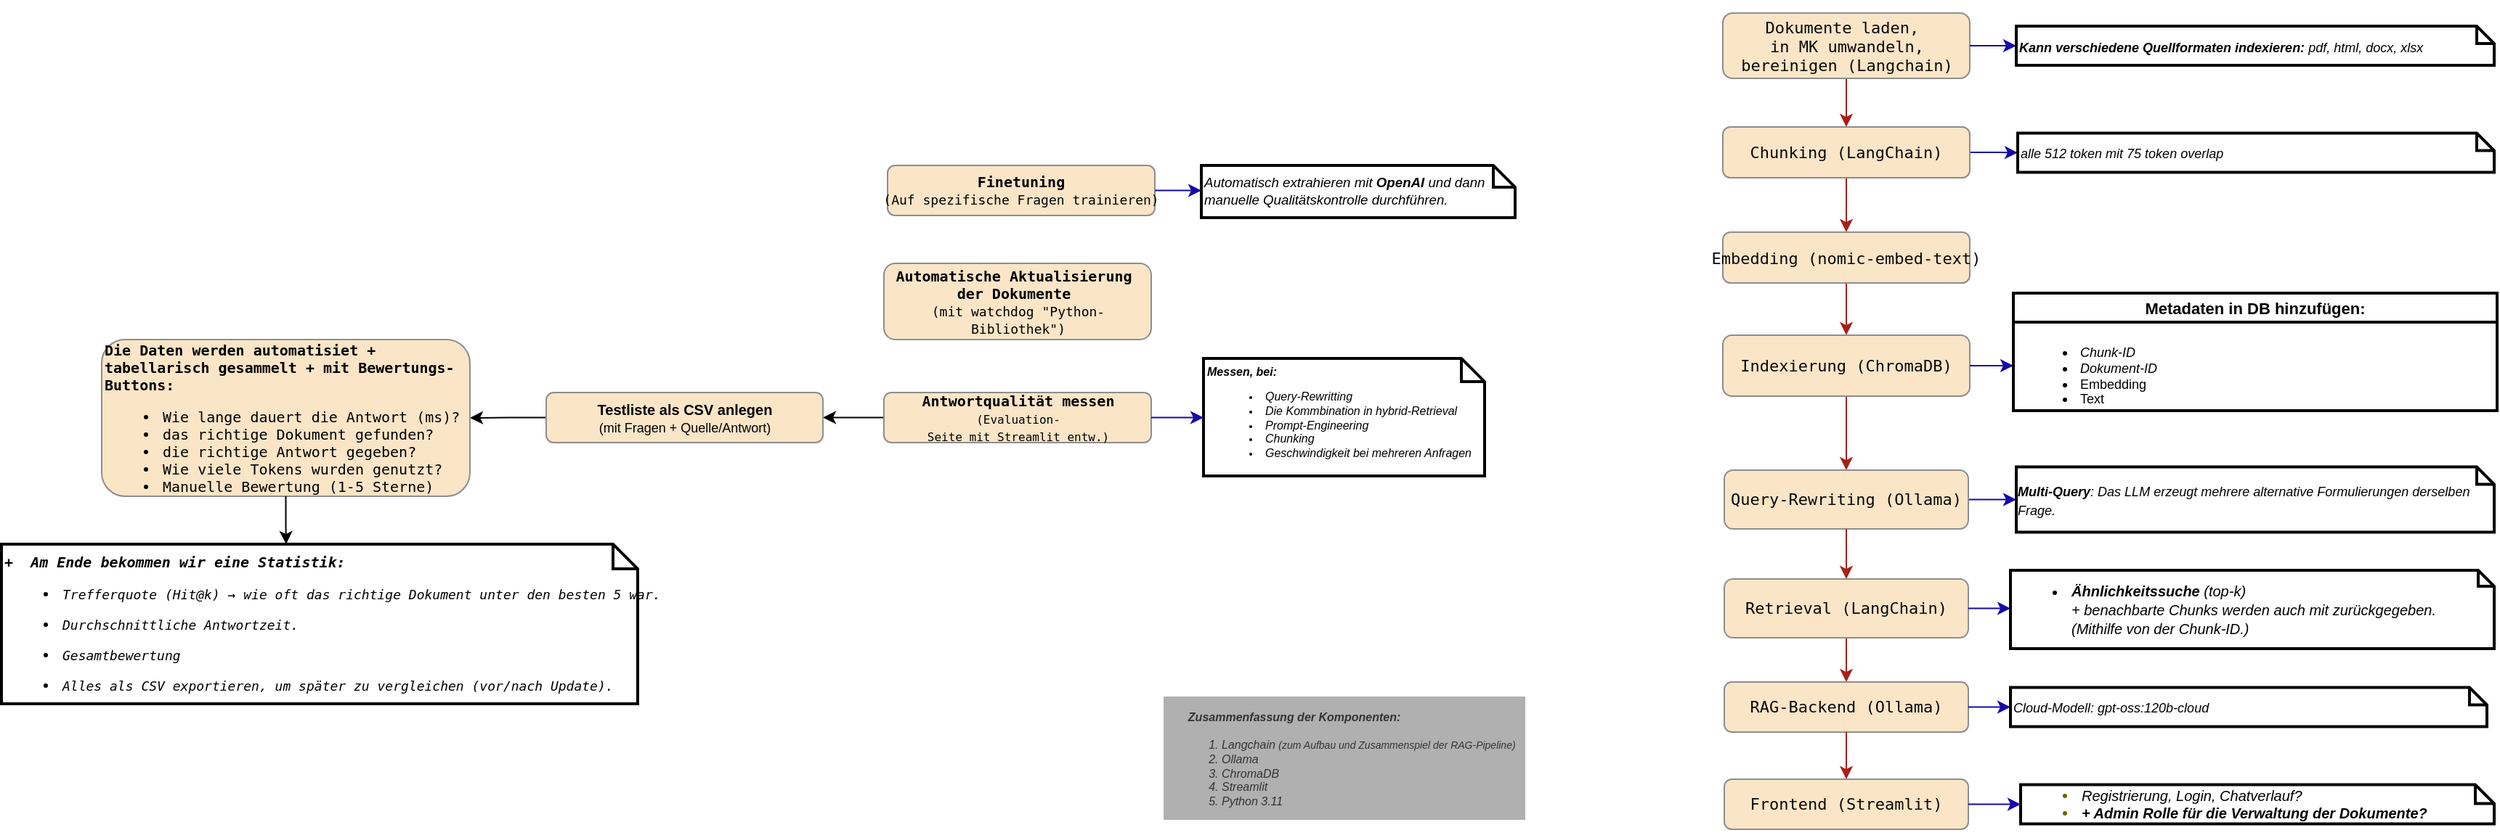
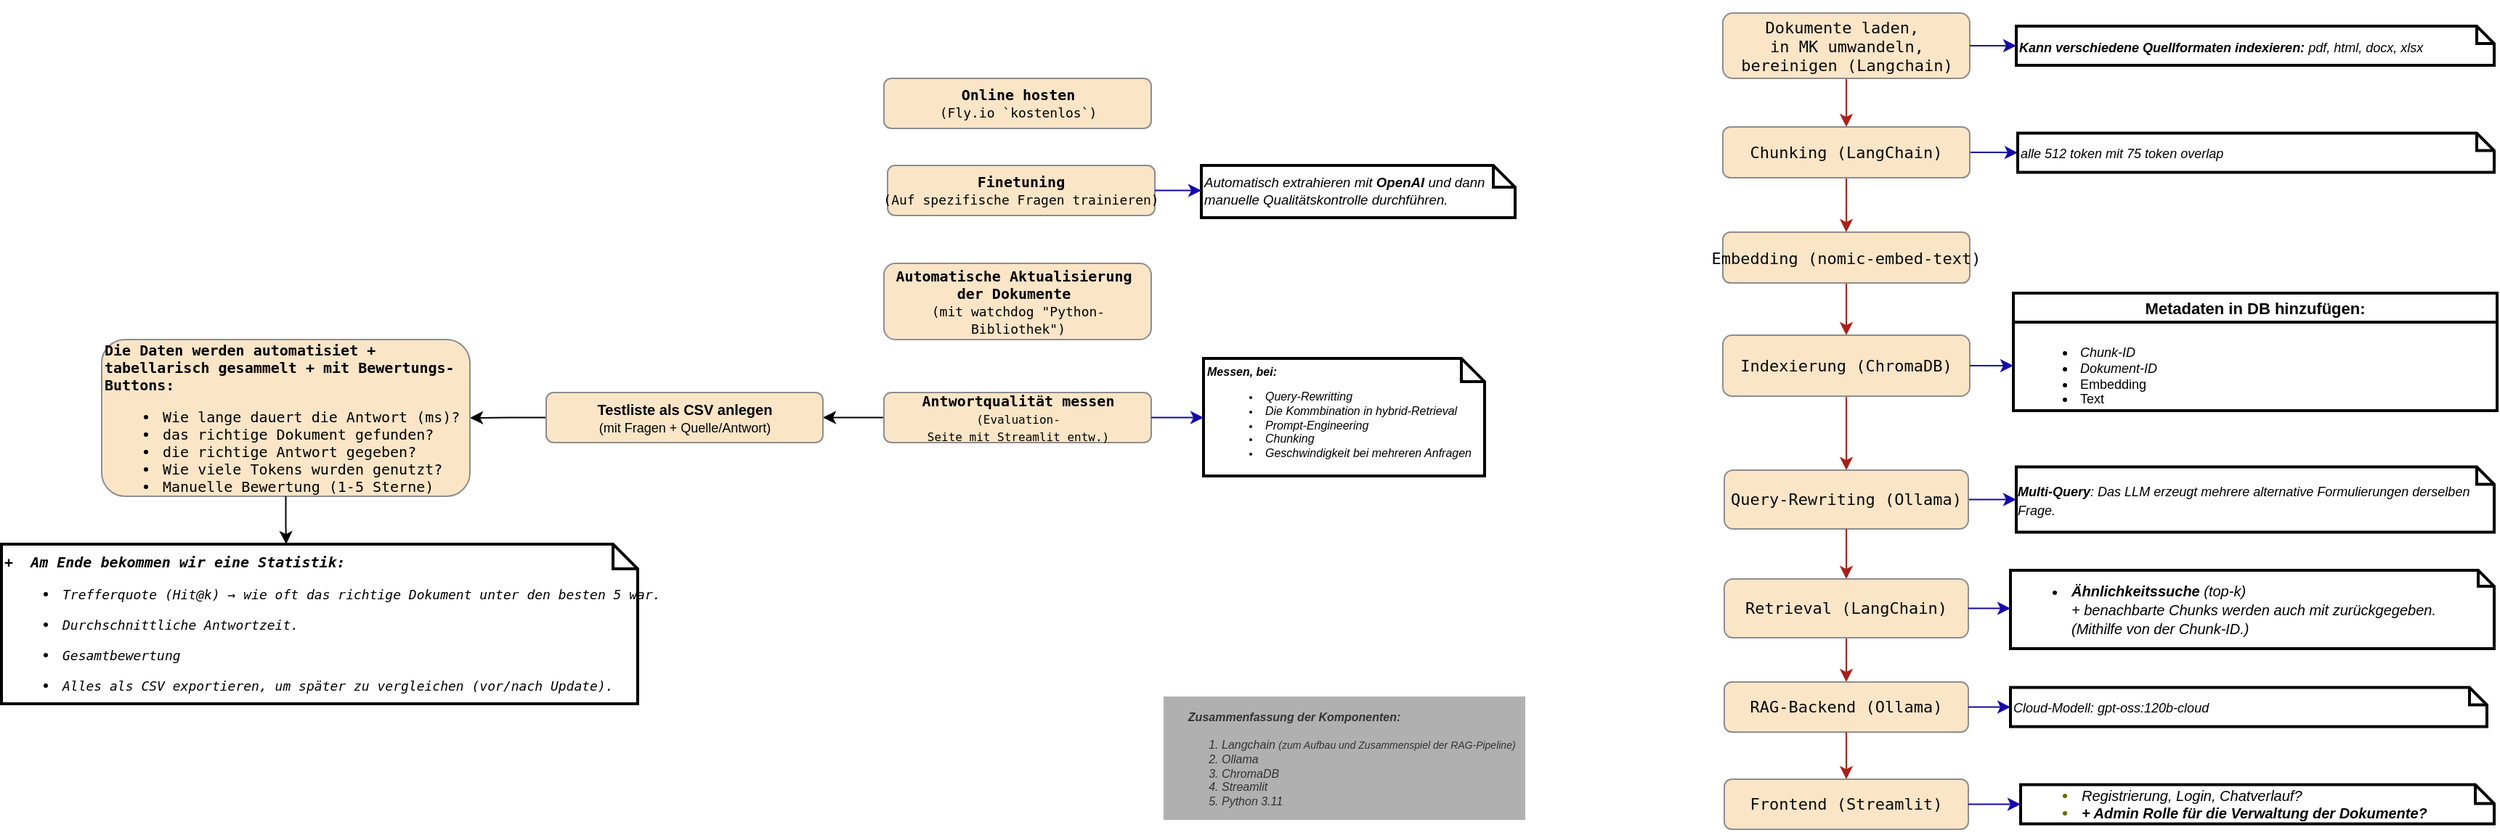
- <mxfile host="Electron" agent="Mozilla/5.0 (Windows NT 10.0; Win64; x64) AppleWebKit/537.36 (KHTML, like Gecko) draw.io/28.2.8 Chrome/140.0.7339.240 Electron/38.4.0 Safari/537.36" version="28.2.8">
+ <mxfile host="Electron" agent="Mozilla/5.0 (Windows NT 10.0; Win64; x64) AppleWebKit/537.36 (KHTML, like Gecko) draw.io/29.0.3 Chrome/140.0.7339.249 Electron/38.7.0 Safari/537.36" version="29.0.3">
  <diagram name="Seite-1" id="Bzmq8vI_scQP_HTdQC11">
-     <mxGraphModel dx="2993" dy="914" grid="1" gridSize="9" guides="1" tooltips="1" connect="1" arrows="1" fold="1" page="0" pageScale="1" pageWidth="1169" pageHeight="827" background="none" math="0" shadow="0">
+     <mxGraphModel dx="2754" dy="914" grid="1" gridSize="9" guides="1" tooltips="1" connect="1" arrows="1" fold="1" page="0" pageScale="1" pageWidth="1169" pageHeight="827" background="none" math="0" shadow="0">
      <root>
        <mxCell id="0" />
        <mxCell id="1" parent="0" />
        <mxCell id="q2eki5oy2yksg2mBVm4o-2" style="edgeStyle=orthogonalEdgeStyle;rounded=0;orthogonalLoop=1;jettySize=auto;html=1;entryX=0.5;entryY=0;entryDx=0;entryDy=0;fontSize=11;labelBackgroundColor=none;strokeColor=#A8201A;fontColor=default;spacing=2;" parent="1" source="5l1JbVXUR7cvx2ajmZ66-1" target="q2eki5oy2yksg2mBVm4o-4" edge="1">
          <mxGeometry relative="1" as="geometry">
            <mxPoint x="435.9999999999998" y="165" as="targetPoint" />
          </mxGeometry>
        </mxCell>
        <mxCell id="5l1JbVXUR7cvx2ajmZ66-1" value="&lt;div style=&quot;color: rgb(8, 8, 8);&quot;&gt;&lt;pre style=&quot;font-family:&#39;JetBrains Mono&#39;,monospace;font-size:9,8pt;&quot;&gt;Dokumente laden, &lt;br/&gt;in MK umwandeln,&lt;br/&gt;bereinigen (Langchain)&lt;/pre&gt;&lt;/div&gt;" style="rounded=1;html=1;fontSize=11;labelBackgroundColor=none;fillColor=#FAE5C7;strokeColor=#8D8D8D;fontColor=#143642;verticalAlign=middle;horizontal=1;spacing=2;fontStyle=0" parent="1" vertex="1">
          <mxGeometry x="351" y="136" width="170" height="45" as="geometry" />
        </mxCell>
        <mxCell id="q2eki5oy2yksg2mBVm4o-10" style="edgeStyle=orthogonalEdgeStyle;rounded=0;orthogonalLoop=1;jettySize=auto;html=1;entryX=0.5;entryY=0;entryDx=0;entryDy=0;fontSize=11;labelBackgroundColor=none;strokeColor=#A8201A;fontColor=default;spacing=2;" parent="1" source="q2eki5oy2yksg2mBVm4o-4" target="q2eki5oy2yksg2mBVm4o-8" edge="1">
          <mxGeometry relative="1" as="geometry" />
        </mxCell>
        <mxCell id="q2eki5oy2yksg2mBVm4o-17" value="" style="edgeStyle=orthogonalEdgeStyle;rounded=0;orthogonalLoop=1;jettySize=auto;html=1;labelBackgroundColor=none;strokeColor=#1609A8;fontColor=default;entryX=0;entryY=0.5;entryDx=0;entryDy=0;entryPerimeter=0;" parent="1" source="q2eki5oy2yksg2mBVm4o-4" target="hZYkuH4JRMosRdhFssDy-4" edge="1">
          <mxGeometry relative="1" as="geometry">
            <mxPoint x="552" y="240.5" as="targetPoint" />
          </mxGeometry>
        </mxCell>
        <mxCell id="q2eki5oy2yksg2mBVm4o-4" value="&lt;div style=&quot;color: rgb(8, 8, 8);&quot;&gt;&lt;pre style=&quot;font-family:&#39;JetBrains Mono&#39;,monospace;font-size:9,8pt;&quot;&gt;&lt;pre style=&quot;font-family:&#39;JetBrains Mono&#39;,monospace;font-size:9,8pt;&quot;&gt;&lt;pre style=&quot;font-family:&#39;JetBrains Mono&#39;,monospace;font-size:9,8pt;&quot;&gt;&lt;span style=&quot;white-space: normal;&quot;&gt;Chunking (&lt;/span&gt;LangChain)&lt;/pre&gt;&lt;/pre&gt;&lt;/pre&gt;&lt;/div&gt;" style="rounded=1;whiteSpace=wrap;html=1;fontSize=11;labelBackgroundColor=none;fillColor=#FAE5C7;strokeColor=#8D8D8D;fontColor=#143642;spacing=2;" parent="1" vertex="1">
          <mxGeometry x="351" y="214.5" width="170" height="35" as="geometry" />
        </mxCell>
        <mxCell id="q2eki5oy2yksg2mBVm4o-7" style="edgeStyle=orthogonalEdgeStyle;rounded=0;orthogonalLoop=1;jettySize=auto;html=1;entryX=0.5;entryY=0;entryDx=0;entryDy=0;fontSize=11;labelBackgroundColor=none;strokeColor=#A8201A;fontColor=default;spacing=2;" parent="1" source="q2eki5oy2yksg2mBVm4o-8" target="q2eki5oy2yksg2mBVm4o-9" edge="1">
          <mxGeometry relative="1" as="geometry" />
        </mxCell>
        <mxCell id="q2eki5oy2yksg2mBVm4o-8" value="&lt;div style=&quot;color: rgb(8, 8, 8);&quot;&gt;&lt;pre style=&quot;font-family:&#39;JetBrains Mono&#39;,monospace;font-size:9,8pt;&quot;&gt;&lt;pre style=&quot;font-family:&#39;JetBrains Mono&#39;,monospace;font-size:9,8pt;&quot;&gt;&lt;pre style=&quot;font-family:&#39;JetBrains Mono&#39;,monospace;font-size:9,8pt;&quot;&gt;Embedding (nomic-embed-text)&lt;br&gt;&lt;/pre&gt;&lt;/pre&gt;&lt;/pre&gt;&lt;/div&gt;" style="rounded=1;whiteSpace=wrap;html=1;fontSize=11;labelBackgroundColor=none;fillColor=#FAE5C7;strokeColor=#8D8D8D;fontColor=#143642;spacing=2;" parent="1" vertex="1">
          <mxGeometry x="351" y="287" width="170" height="35" as="geometry" />
        </mxCell>
        <mxCell id="q2eki5oy2yksg2mBVm4o-21" value="" style="edgeStyle=orthogonalEdgeStyle;rounded=0;orthogonalLoop=1;jettySize=auto;html=1;labelBackgroundColor=none;strokeColor=#A8201A;fontColor=default;entryX=0.5;entryY=0;entryDx=0;entryDy=0;spacing=2;" parent="1" source="q2eki5oy2yksg2mBVm4o-9" target="lkH3pXzscA1K-vRgKEuJ-28" edge="1">
          <mxGeometry relative="1" as="geometry" />
        </mxCell>
        <mxCell id="q2eki5oy2yksg2mBVm4o-9" value="&lt;div style=&quot;color: rgb(8, 8, 8);&quot;&gt;&lt;pre style=&quot;font-family:&#39;JetBrains Mono&#39;,monospace;font-size:9,8pt;&quot;&gt;&lt;pre style=&quot;font-family:&#39;JetBrains Mono&#39;,monospace;font-size:9,8pt;&quot;&gt;&lt;pre style=&quot;font-family:&#39;JetBrains Mono&#39;,monospace;font-size:9,8pt;&quot;&gt;&lt;span style=&quot;background-color: transparent; white-space: normal;&quot;&gt;&amp;nbsp;&lt;/span&gt;&lt;span style=&quot;background-color: transparent;&quot;&gt;Indexierung &lt;/span&gt;&lt;span style=&quot;background-color: transparent; white-space: normal;&quot;&gt;(ChromaDB)&amp;nbsp;&lt;/span&gt;&lt;/pre&gt;&lt;/pre&gt;&lt;/pre&gt;&lt;/div&gt;" style="rounded=1;whiteSpace=wrap;html=1;fontSize=11;labelBackgroundColor=none;fillColor=#FAE5C7;strokeColor=#8D8D8D;fontColor=#143642;spacing=2;" parent="1" vertex="1">
          <mxGeometry x="351" y="358" width="170" height="42" as="geometry" />
        </mxCell>
        <mxCell id="q2eki5oy2yksg2mBVm4o-22" style="edgeStyle=orthogonalEdgeStyle;rounded=0;orthogonalLoop=1;jettySize=auto;html=1;entryX=0;entryY=0.5;entryDx=0;entryDy=0;labelBackgroundColor=none;strokeColor=#1609A8;fontColor=default;exitX=1;exitY=0.5;exitDx=0;exitDy=0;entryPerimeter=0;" parent="1" source="lkH3pXzscA1K-vRgKEuJ-28" target="hZYkuH4JRMosRdhFssDy-8" edge="1">
          <mxGeometry relative="1" as="geometry">
            <mxPoint x="552" y="471.25" as="targetPoint" />
            <Array as="points" />
          </mxGeometry>
        </mxCell>
        <mxCell id="q2eki5oy2yksg2mBVm4o-27" style="edgeStyle=orthogonalEdgeStyle;rounded=0;orthogonalLoop=1;jettySize=auto;html=1;entryX=0.5;entryY=0;entryDx=0;entryDy=0;strokeColor=#A8201A;fontColor=#143642;fillColor=#FAE5C7;spacing=2;labelBackgroundColor=none;" parent="1" source="q2eki5oy2yksg2mBVm4o-20" target="q2eki5oy2yksg2mBVm4o-26" edge="1">
          <mxGeometry relative="1" as="geometry" />
        </mxCell>
        <mxCell id="q2eki5oy2yksg2mBVm4o-20" value="&lt;div style=&quot;color: rgb(8, 8, 8);&quot;&gt;&lt;pre style=&quot;font-family:&#39;JetBrains Mono&#39;,monospace;font-size:9,8pt;&quot;&gt;Retrieval (LangChain)&lt;/pre&gt;&lt;/div&gt;" style="whiteSpace=wrap;html=1;fontSize=11;rounded=1;labelBackgroundColor=none;fillColor=#FAE5C7;strokeColor=#8D8D8D;fontColor=#143642;spacing=2;" parent="1" vertex="1">
          <mxGeometry x="352" y="526" width="168" height="40.5" as="geometry" />
        </mxCell>
        <mxCell id="q2eki5oy2yksg2mBVm4o-26" value="&lt;div style=&quot;color: rgb(8, 8, 8);&quot;&gt;&lt;pre style=&quot;font-family:&#39;JetBrains Mono&#39;,monospace;font-size:9,8pt;&quot;&gt;&lt;div&gt;&lt;pre style=&quot;font-family:&#39;JetBrains Mono&#39;,monospace;font-size:9,8pt;&quot;&gt;RAG-Backend (Ollama)&lt;/pre&gt;&lt;/div&gt;&lt;/pre&gt;&lt;/div&gt;" style="whiteSpace=wrap;html=1;fontSize=11;rounded=1;labelBackgroundColor=none;fillColor=#FAE5C7;strokeColor=#8D8D8D;fontColor=#143642;spacing=2;" parent="1" vertex="1">
          <mxGeometry x="352" y="597" width="168" height="34.5" as="geometry" />
        </mxCell>
        <mxCell id="q2eki5oy2yksg2mBVm4o-30" value="&lt;div style=&quot;color: rgb(8, 8, 8);&quot;&gt;&lt;pre style=&quot;font-family:&#39;JetBrains Mono&#39;,monospace;font-size:9,8pt;&quot;&gt;&lt;div&gt;&lt;pre style=&quot;font-family:&#39;JetBrains Mono&#39;,monospace;font-size:9,8pt;&quot;&gt;Frontend (Streamlit)&lt;/pre&gt;&lt;/div&gt;&lt;/pre&gt;&lt;/div&gt;" style="whiteSpace=wrap;html=1;fontSize=11;rounded=1;labelBackgroundColor=none;fillColor=#FAE5C7;strokeColor=#8D8D8D;fontColor=#143642;spacing=2;" parent="1" vertex="1">
          <mxGeometry x="352" y="664" width="168" height="34.5" as="geometry" />
        </mxCell>
        <mxCell id="lkH3pXzscA1K-vRgKEuJ-3" style="edgeStyle=orthogonalEdgeStyle;rounded=0;orthogonalLoop=1;jettySize=auto;html=1;entryX=0.5;entryY=0;entryDx=0;entryDy=0;strokeColor=#A8201A;fontColor=#143642;fillColor=#FAE5C7;exitX=0.5;exitY=1;exitDx=0;exitDy=0;spacing=2;labelBackgroundColor=none;" parent="1" source="q2eki5oy2yksg2mBVm4o-26" target="q2eki5oy2yksg2mBVm4o-30" edge="1">
          <mxGeometry relative="1" as="geometry">
            <mxPoint x="477" y="646" as="sourcePoint" />
            <mxPoint x="435" y="618" as="targetPoint" />
          </mxGeometry>
        </mxCell>
        <mxCell id="lkH3pXzscA1K-vRgKEuJ-28" value="&lt;div style=&quot;color: rgb(8, 8, 8);&quot;&gt;&lt;pre style=&quot;&quot;&gt;&lt;font face=&quot;JetBrains Mono, monospace&quot; color=&quot;#080808&quot;&gt;Query-Rewriting &lt;/font&gt;(Ollama)&lt;br&gt;&lt;/pre&gt;&lt;/div&gt;" style="whiteSpace=wrap;html=1;fontSize=11;rounded=1;labelBackgroundColor=none;fillColor=#FAE5C7;strokeColor=#8D8D8D;fontColor=#143642;spacing=2;" parent="1" vertex="1">
          <mxGeometry x="352" y="451" width="168" height="40.5" as="geometry" />
        </mxCell>
        <mxCell id="lkH3pXzscA1K-vRgKEuJ-30" value="" style="edgeStyle=orthogonalEdgeStyle;rounded=0;orthogonalLoop=1;jettySize=auto;html=1;labelBackgroundColor=none;strokeColor=#A8201A;fontColor=default;entryX=0.5;entryY=0;entryDx=0;entryDy=0;exitX=0.5;exitY=1;exitDx=0;exitDy=0;spacing=2;" parent="1" source="lkH3pXzscA1K-vRgKEuJ-28" target="q2eki5oy2yksg2mBVm4o-20" edge="1">
          <mxGeometry relative="1" as="geometry">
            <mxPoint x="267" y="481" as="sourcePoint" />
            <mxPoint x="442" y="496" as="targetPoint" />
          </mxGeometry>
        </mxCell>
        <mxCell id="lkH3pXzscA1K-vRgKEuJ-35" value="&lt;pre style=&quot;font-family:&#39;JetBrains Mono&#39;,monospace;font-size:9,8pt;&quot;&gt;&lt;pre style=&quot;font-family:&#39;JetBrains Mono&#39;,monospace;font-size:9,8pt;&quot;&gt;&lt;b&gt;Finetuning&lt;/b&gt;&lt;br&gt;&lt;font style=&quot;font-size: 9px;&quot;&gt;(Auf spezifische Fragen trainieren)&lt;/font&gt;&lt;/pre&gt;&lt;/pre&gt;" style="whiteSpace=wrap;html=1;fontSize=10;rounded=1;labelBackgroundColor=none;fillColor=#FAE5C7;strokeColor=#8D8D8D;fontColor=default;spacing=2;labelBorderColor=none;textShadow=0;fontStyle=0" parent="1" vertex="1">
          <mxGeometry x="-224" y="241" width="184" height="34.5" as="geometry" />
        </mxCell>
        <mxCell id="lkH3pXzscA1K-vRgKEuJ-36" value="" style="edgeStyle=orthogonalEdgeStyle;rounded=0;orthogonalLoop=1;jettySize=auto;html=1;labelBackgroundColor=none;strokeColor=#1609A8;fontColor=default;exitX=1;exitY=0.5;exitDx=0;exitDy=0;entryX=0;entryY=0.5;entryDx=0;entryDy=0;entryPerimeter=0;" parent="1" source="lkH3pXzscA1K-vRgKEuJ-35" target="hZYkuH4JRMosRdhFssDy-9" edge="1">
          <mxGeometry relative="1" as="geometry">
            <mxPoint x="154" y="245.5" as="sourcePoint" />
            <mxPoint x="-9" y="258.25" as="targetPoint" />
          </mxGeometry>
        </mxCell>
        <mxCell id="lkH3pXzscA1K-vRgKEuJ-39" value="&lt;pre style=&quot;font-family:&#39;JetBrains Mono&#39;,monospace;font-size:9,8pt;&quot;&gt;&lt;pre style=&quot;font-family:&#39;JetBrains Mono&#39;,monospace;font-size:9,8pt;&quot;&gt;&lt;b&gt;Automatische Aktualisierung &lt;br&gt;der Dokumente &lt;/b&gt;&lt;br&gt;&lt;font style=&quot;font-size: 9px;&quot;&gt;(mit &lt;code style=&quot;background-color: transparent; color: light-dark(rgb(0, 0, 0), rgb(255, 255, 255)); white-space: normal;&quot; data-end=&quot;168&quot; data-start=&quot;158&quot;&gt;watchdog&lt;/code&gt;&lt;span style=&quot;background-color: transparent; color: light-dark(rgb(0, 0, 0), rgb(255, 255, 255)); white-space: normal;&quot;&gt;&amp;nbsp;&quot;Python-Bibliothek&quot;&lt;/span&gt;)&lt;/font&gt;&lt;/pre&gt;&lt;/pre&gt;" style="whiteSpace=wrap;html=1;fontSize=10;rounded=1;labelBackgroundColor=none;fillColor=#FAE5C7;strokeColor=#8D8D8D;fontColor=default;spacing=2;labelBorderColor=none;textShadow=0;fontStyle=0" parent="1" vertex="1">
          <mxGeometry x="-226.5" y="308.5" width="184" height="52.5" as="geometry" />
        </mxCell>
        <mxCell id="hZYkuH4JRMosRdhFssDy-13" value="" style="edgeStyle=orthogonalEdgeStyle;rounded=0;orthogonalLoop=1;jettySize=auto;html=1;entryX=1;entryY=0.5;entryDx=0;entryDy=0;fontColor=#3333FF;fontSize=10;fontStyle=0" parent="1" source="lkH3pXzscA1K-vRgKEuJ-44" target="hZYkuH4JRMosRdhFssDy-14" edge="1">
          <mxGeometry relative="1" as="geometry">
            <mxPoint x="-269.5" y="414.77586206896547" as="targetPoint" />
          </mxGeometry>
        </mxCell>
        <mxCell id="lkH3pXzscA1K-vRgKEuJ-44" value="&lt;div&gt;&lt;pre&gt;&lt;pre&gt;&lt;span style=&quot;font-family: &amp;quot;JetBrains Mono&amp;quot;, monospace; background-color: transparent; color: light-dark(rgb(0, 0, 0), rgb(255, 255, 255)); white-space: normal;&quot;&gt;&lt;b&gt;Antwortqualität messen&lt;br&gt;&lt;/b&gt;&lt;font style=&quot;font-size: 8px;&quot;&gt;(&lt;/font&gt;&lt;/span&gt;&lt;font style=&quot;font-size: 8px;&quot;&gt;&lt;font face=&quot;JetBrains Mono, monospace&quot; style=&quot;&quot;&gt;&lt;span style=&quot;white-space: normal;&quot;&gt;Evaluation-Seite&amp;nbsp;&lt;/span&gt;&lt;/font&gt;&lt;span style=&quot;font-family: &amp;quot;JetBrains Mono&amp;quot;, monospace;&quot;&gt;mit Streamlit entw.)&lt;/span&gt;&lt;/font&gt;&lt;/pre&gt;&lt;/pre&gt;&lt;/div&gt;" style="whiteSpace=wrap;html=1;fontSize=10;rounded=1;labelBackgroundColor=none;fillColor=#FAE5C7;strokeColor=#8D8D8D;fontColor=default;spacing=2;labelBorderColor=none;textShadow=0;fontStyle=0" parent="1" vertex="1">
          <mxGeometry x="-226.5" y="397.5" width="184" height="34.5" as="geometry" />
        </mxCell>
        <mxCell id="hZYkuH4JRMosRdhFssDy-4" value="&lt;span style=&quot;color: rgb(0, 0, 0);&quot;&gt;&lt;font style=&quot;font-size: 9px;&quot;&gt;alle 512 token mit 75 token overlap&lt;/font&gt;&lt;/span&gt;" style="shape=note;strokeWidth=2;fontSize=10;size=12;whiteSpace=wrap;html=1;fillColor=default;strokeColor=light-dark(#000000, #6d5100);fontColor=#666600;align=left;fontStyle=2" parent="1" vertex="1">
          <mxGeometry x="554" y="218.75" width="328" height="27" as="geometry" />
        </mxCell>
        <mxCell id="hZYkuH4JRMosRdhFssDy-8" value="&lt;h3 style=&quot;color: rgb(0, 0, 0); text-align: left;&quot; data-start=&quot;999&quot; data-end=&quot;1043&quot;&gt;&lt;font style=&quot;color: light-dark(rgb(0, 0, 0), rgb(255, 255, 255)); background-color: transparent; font-size: 9px;&quot;&gt;Multi-Query&lt;/font&gt;&lt;font style=&quot;color: light-dark(rgb(0, 0, 0), rgb(255, 255, 255)); background-color: transparent; font-size: 9px; font-weight: normal;&quot;&gt;:&lt;/font&gt;&lt;font style=&quot;color: light-dark(rgb(0, 0, 0), rgb(255, 255, 255)); background-color: transparent; font-size: 9px; font-weight: normal;&quot;&gt;&amp;nbsp;&lt;/font&gt;&lt;span style=&quot;color: light-dark(rgb(0, 0, 0), rgb(255, 255, 255)); background-color: transparent; font-size: 9px; font-weight: normal;&quot;&gt;Das LLM&amp;nbsp;&lt;/span&gt;&lt;span style=&quot;color: light-dark(rgb(0, 0, 0), rgb(255, 255, 255)); background-color: transparent; font-size: 9px; font-weight: normal;&quot;&gt;&lt;span style=&quot;background-color: transparent; color: light-dark(rgb(0, 0, 0), rgb(255, 255, 255));&quot;&gt;erzeugt mehrere&amp;nbsp;&lt;/span&gt;&lt;span style=&quot;background-color: transparent; color: light-dark(rgb(0, 0, 0), rgb(255, 255, 255));&quot; data-start=&quot;1094&quot; data-end=&quot;1124&quot;&gt;alternative Formulierungen&lt;/span&gt;&lt;span style=&quot;background-color: transparent; color: light-dark(rgb(0, 0, 0), rgb(255, 255, 255));&quot;&gt;&amp;nbsp;derselben Frage.&lt;/span&gt;&lt;/span&gt;&lt;/h3&gt;" style="shape=note;strokeWidth=2;fontSize=9;size=12;whiteSpace=wrap;html=1;fillColor=default;strokeColor=#000000;fontColor=#666600;fontStyle=2" parent="1" vertex="1">
          <mxGeometry x="553" y="448.75" width="329" height="45" as="geometry" />
        </mxCell>
        <mxCell id="hZYkuH4JRMosRdhFssDy-9" value="&lt;h3 style=&quot;color: rgb(0, 0, 0);&quot; data-start=&quot;1829&quot; data-end=&quot;1876&quot;&gt;&lt;span style=&quot;font-weight: normal; background-color: transparent; color: light-dark(rgb(0, 0, 0), rgb(255, 255, 255));&quot;&gt;Automatisch extrahieren mit &lt;/span&gt;&lt;span style=&quot;background-color: transparent; color: light-dark(rgb(0, 0, 0), rgb(255, 255, 255));&quot;&gt;OpenAI &lt;/span&gt;&lt;span style=&quot;font-weight: normal; background-color: transparent; color: light-dark(rgb(0, 0, 0), rgb(255, 255, 255));&quot;&gt;und dann&amp;nbsp; m&lt;/span&gt;&lt;span style=&quot;background-color: transparent; color: light-dark(rgb(0, 0, 0), rgb(255, 255, 255)); font-weight: normal;&quot;&gt;anuelle Qualitätskontrolle durchführen.&lt;br&gt;&lt;/span&gt;&lt;/h3&gt;" style="shape=note;strokeWidth=2;fontSize=8;size=15;whiteSpace=wrap;html=1;fillColor=default;strokeColor=#000000;fontColor=#666600;align=left;fontStyle=2" parent="1" vertex="1">
          <mxGeometry x="-8" y="241" width="216" height="36" as="geometry" />
        </mxCell>
        <mxCell id="hZYkuH4JRMosRdhFssDy-16" style="edgeStyle=orthogonalEdgeStyle;rounded=0;orthogonalLoop=1;jettySize=auto;html=1;entryX=1;entryY=0.5;entryDx=0;entryDy=0;fontSize=10;fontStyle=0" parent="1" source="hZYkuH4JRMosRdhFssDy-14" target="hZYkuH4JRMosRdhFssDy-15" edge="1">
          <mxGeometry relative="1" as="geometry" />
        </mxCell>
        <mxCell id="hZYkuH4JRMosRdhFssDy-14" value="&lt;pre style=&quot;font-family: &amp;quot;JetBrains Mono&amp;quot;, monospace;&quot;&gt;&lt;b&gt;&lt;span style=&quot;font-family: Helvetica; white-space: normal;&quot;&gt;Testliste als CSV anlegen&lt;/span&gt;&lt;br style=&quot;font-family: Helvetica; white-space: normal;&quot;&gt;&lt;/b&gt;&lt;span style=&quot;font-family: Helvetica; white-space: normal;&quot;&gt;&lt;font style=&quot;font-size: 9px;&quot;&gt;(mit Fragen + Quelle/Antwort)&lt;/font&gt;&lt;/span&gt;&lt;/pre&gt;" style="whiteSpace=wrap;html=1;fontSize=10;rounded=1;labelBackgroundColor=none;fillColor=#FAE5C7;strokeColor=#8D8D8D;fontColor=default;spacing=2;labelBorderColor=none;textShadow=0;fontStyle=0" parent="1" vertex="1">
          <mxGeometry x="-459" y="397.5" width="190.5" height="34.5" as="geometry" />
        </mxCell>
        <mxCell id="hZYkuH4JRMosRdhFssDy-15" value="&lt;pre&gt;&lt;pre&gt;&lt;div style=&quot;&quot;&gt;&lt;font face=&quot;JetBrains Mono, monospace&quot;&gt;&lt;span style=&quot;white-space: normal;&quot;&gt;&lt;b style=&quot;&quot;&gt;Die Daten werden automatisiet + tabellarisch gesammelt + mit Bewertungs-Buttons:&lt;/b&gt;&lt;/span&gt;&lt;/font&gt;&lt;/div&gt;&lt;ul&gt;&lt;li style=&quot;font-family: &amp;quot;JetBrains Mono&amp;quot;, monospace;&quot;&gt;&lt;font&gt;Wie lange dauert die Antwort (ms)? &lt;/font&gt;&lt;/li&gt;&lt;li&gt;&lt;span style=&quot;background-color: transparent;&quot;&gt;&lt;font&gt;&lt;font face=&quot;JetBrains Mono, monospace&quot;&gt;&lt;span style=&quot;white-space: normal;&quot;&gt;das richtige Dokument gefunden?&lt;/span&gt;&lt;/font&gt;&lt;font color=&quot;rgba(0, 0, 0, 0)&quot; face=&quot;JetBrains Mono, monospace&quot;&gt;&lt;span style=&quot;white-space: normal;&quot;&gt;&lt;/span&gt;&lt;/font&gt;&lt;/font&gt;&lt;/span&gt;&lt;/li&gt;&lt;li style=&quot;font-family: &amp;quot;JetBrains Mono&amp;quot;, monospace;&quot;&gt;&lt;span style=&quot;background-color: transparent; color: light-dark(rgb(0, 0, 0), rgb(255, 255, 255)); white-space: normal;&quot;&gt;&lt;font&gt;die richtige Antwort gegeben?&amp;nbsp;&lt;/font&gt;&lt;/span&gt;&lt;/li&gt;&lt;li style=&quot;font-family: &amp;quot;JetBrains Mono&amp;quot;, monospace;&quot;&gt;&lt;font&gt;Wie viele Tokens wurden genutzt?&lt;/font&gt;&lt;br&gt;&lt;/li&gt;&lt;li style=&quot;&quot;&gt;&lt;font style=&quot;&quot;&gt;&lt;font face=&quot;JetBrains Mono, monospace&quot;&gt;Manuelle Bewertung (1-5 Sterne)&lt;/font&gt;&lt;/font&gt;&lt;/li&gt;&lt;/ul&gt;&lt;/pre&gt;&lt;/pre&gt;" style="whiteSpace=wrap;html=1;fontSize=10;rounded=1;labelBackgroundColor=none;fillColor=#FAE5C7;strokeColor=#8D8D8D;fontColor=default;spacing=2;labelBorderColor=none;textShadow=0;fontStyle=0;align=left;" parent="1" vertex="1">
          <mxGeometry x="-765" y="361" width="253.5" height="108" as="geometry" />
        </mxCell>
        <mxCell id="hZYkuH4JRMosRdhFssDy-32" value="&lt;ul&gt;&lt;li&gt;&lt;span style=&quot;color: rgb(0, 0, 0);&quot;&gt;Registrierung, Login, Chatverlauf?&lt;/span&gt;&lt;/li&gt;&lt;li&gt;&lt;span style=&quot;color: rgb(0, 0, 0);&quot;&gt;&lt;span&gt;&lt;b&gt;+ Admin Rolle für die Verwaltung der Dokumente?&lt;/b&gt;&lt;/span&gt;&lt;/span&gt;&lt;/li&gt;&lt;/ul&gt;" style="shape=note;strokeWidth=2;fontSize=10;size=13;whiteSpace=wrap;html=1;fillColor=default;strokeColor=light-dark(#000000, #6d5100);fontColor=#666600;align=left;fontStyle=2" parent="1" vertex="1">
          <mxGeometry x="556" y="667.75" width="326" height="27" as="geometry" />
        </mxCell>
        <mxCell id="hZYkuH4JRMosRdhFssDy-33" value="" style="edgeStyle=orthogonalEdgeStyle;rounded=0;orthogonalLoop=1;jettySize=auto;html=1;labelBackgroundColor=none;strokeColor=#1609A8;fontColor=default;entryX=0;entryY=0.5;entryDx=0;entryDy=0;entryPerimeter=0;exitX=1;exitY=0.5;exitDx=0;exitDy=0;" parent="1" source="q2eki5oy2yksg2mBVm4o-30" target="hZYkuH4JRMosRdhFssDy-32" edge="1">
          <mxGeometry relative="1" as="geometry">
            <mxPoint x="531" y="587" as="sourcePoint" />
            <mxPoint x="565" y="587" as="targetPoint" />
          </mxGeometry>
        </mxCell>
        <mxCell id="hZYkuH4JRMosRdhFssDy-35" value="&lt;div&gt;&lt;div&gt;&lt;b&gt;Messen, bei:&lt;/b&gt;&lt;/div&gt;&lt;ul&gt;&lt;li&gt;&lt;span style=&quot;font-weight: 400;&quot;&gt;Query-Rewritting&lt;/span&gt;&lt;/li&gt;&lt;li&gt;&lt;span style=&quot;font-weight: 400;&quot;&gt;Die Kommbination in hybrid-Retrieval&lt;br&gt;&lt;/span&gt;&lt;/li&gt;&lt;li&gt;&lt;span style=&quot;font-weight: 400;&quot;&gt;Prompt-Engineering&lt;/span&gt;&lt;/li&gt;&lt;li&gt;&lt;span style=&quot;font-weight: 400;&quot;&gt;Chunking&lt;/span&gt;&lt;/li&gt;&lt;li&gt;&lt;span style=&quot;font-weight: 400;&quot;&gt;Geschwindigkeit bei mehreren Anfragen&lt;/span&gt;&lt;/li&gt;&lt;/ul&gt;&lt;/div&gt;" style="shape=note;strokeWidth=2;fontSize=8;size=16;whiteSpace=wrap;html=1;fillColor=default;strokeColor=#000000;fontColor=#000000;align=left;fontStyle=2" parent="1" vertex="1">
          <mxGeometry x="-6.5" y="374" width="193.5" height="81" as="geometry" />
        </mxCell>
        <mxCell id="hZYkuH4JRMosRdhFssDy-36" value="" style="edgeStyle=orthogonalEdgeStyle;rounded=0;orthogonalLoop=1;jettySize=auto;html=1;labelBackgroundColor=none;strokeColor=#1609A8;fontColor=default;exitX=1;exitY=0.5;exitDx=0;exitDy=0;entryX=0;entryY=0.5;entryDx=0;entryDy=0;entryPerimeter=0;" parent="1" source="lkH3pXzscA1K-vRgKEuJ-44" target="hZYkuH4JRMosRdhFssDy-35" edge="1">
          <mxGeometry relative="1" as="geometry">
            <mxPoint y="297" as="sourcePoint" />
            <mxPoint x="31" y="297" as="targetPoint" />
          </mxGeometry>
        </mxCell>
        <mxCell id="-trhccjvyGt5RN7AMBMY-1" value="&lt;h3 data-end=&quot;1876&quot; data-start=&quot;1829&quot;&gt;&lt;span style=&quot;font-family: &amp;quot;JetBrains Mono&amp;quot;, monospace; white-space: pre; background-color: transparent;&quot;&gt;&lt;font style=&quot;font-size: 10px;&quot;&gt;+  &lt;span style=&quot;background-color: transparent;&quot; data-end=&quot;1040&quot; data-start=&quot;1005&quot;&gt;Am Ende bekommen wir eine Statistik:&lt;/span&gt;&lt;/font&gt;&lt;/span&gt;&lt;ul style=&quot;font-family: &amp;quot;JetBrains Mono&amp;quot;, monospace; white-space: pre;&quot; data-end=&quot;1296&quot; data-start=&quot;1044&quot;&gt;&lt;li data-end=&quot;1128&quot; data-start=&quot;1044&quot;&gt;&lt;p data-end=&quot;1128&quot; data-start=&quot;1046&quot;&gt;&lt;span style=&quot;font-weight: normal;&quot;&gt;&lt;font style=&quot;font-size: 9px;&quot;&gt;&lt;span style=&quot;&quot; data-end=&quot;1070&quot; data-start=&quot;1046&quot;&gt;Trefferquote (Hit@k)&lt;/span&gt; → wie oft das richtige Dokument unter den besten 5 war.&lt;/font&gt;&lt;/span&gt;&lt;/p&gt;&lt;/li&gt;&lt;li data-end=&quot;1170&quot; data-start=&quot;1132&quot;&gt;&lt;p data-end=&quot;1170&quot; data-start=&quot;1134&quot;&gt;&lt;span data-end=&quot;1168&quot; data-start=&quot;1134&quot; style=&quot;font-weight: normal;&quot;&gt;&lt;font style=&quot;font-size: 9px;&quot;&gt;Durchschnittliche Antwortzeit.&lt;/font&gt;&lt;/span&gt;&lt;/p&gt;&lt;/li&gt;&lt;li data-end=&quot;1170&quot; data-start=&quot;1132&quot;&gt;&lt;p data-end=&quot;1170&quot; data-start=&quot;1134&quot;&gt;&lt;span data-end=&quot;1168&quot; data-start=&quot;1134&quot; style=&quot;font-weight: normal;&quot;&gt;&lt;font style=&quot;font-size: 9px;&quot;&gt;Gesamtbewertung&lt;/font&gt;&lt;/span&gt;&lt;/p&gt;&lt;/li&gt;&lt;li data-end=&quot;1170&quot; data-start=&quot;1132&quot;&gt;&lt;p data-end=&quot;1170&quot; data-start=&quot;1134&quot;&gt;&lt;span data-end=&quot;1168&quot; data-start=&quot;1134&quot; style=&quot;font-weight: normal;&quot;&gt;&lt;font style=&quot;font-size: 9px;&quot;&gt;Alles als &lt;span style=&quot;&quot; data-end=&quot;1251&quot; data-start=&quot;1232&quot;&gt;CSV exportieren&lt;/span&gt;, um später zu vergleichen (vor/nach Update).&lt;/font&gt;&lt;/span&gt;&lt;/p&gt;&lt;/li&gt;&lt;/ul&gt;&lt;span style=&quot;background-color: transparent;&quot;&gt;&lt;/span&gt;&lt;/h3&gt;" style="shape=note;strokeWidth=2;fontSize=8;size=17;whiteSpace=wrap;html=1;fillColor=default;strokeColor=#000000;fontColor=default;align=left;labelBorderColor=none;textShadow=0;fontStyle=3" parent="1" vertex="1">
          <mxGeometry x="-834" y="502" width="438" height="110" as="geometry" />
        </mxCell>
        <mxCell id="-trhccjvyGt5RN7AMBMY-2" style="edgeStyle=orthogonalEdgeStyle;rounded=0;orthogonalLoop=1;jettySize=auto;html=1;entryX=0;entryY=0;entryDx=196;entryDy=0;entryPerimeter=0;" parent="1" source="hZYkuH4JRMosRdhFssDy-15" target="-trhccjvyGt5RN7AMBMY-1" edge="1">
          <mxGeometry relative="1" as="geometry" />
        </mxCell>
        <mxCell id="TpBP_-PsqADAI_yrqdME-1" value="" style="edgeStyle=orthogonalEdgeStyle;rounded=0;orthogonalLoop=1;jettySize=auto;html=1;labelBackgroundColor=none;strokeColor=#1609A8;fontColor=default;exitX=1;exitY=0.5;exitDx=0;exitDy=0;entryX=0;entryY=0.5;entryDx=0;entryDy=0;" parent="1" source="q2eki5oy2yksg2mBVm4o-9" target="TpBP_-PsqADAI_yrqdME-51" edge="1">
          <mxGeometry relative="1" as="geometry">
            <mxPoint x="594" y="450" as="sourcePoint" />
            <mxPoint x="572" y="360.5" as="targetPoint" />
          </mxGeometry>
        </mxCell>
        <mxCell id="TpBP_-PsqADAI_yrqdME-50" value="Metadaten in DB hinzufügen:" style="swimlane;fontStyle=1;childLayout=stackLayout;horizontal=1;startSize=20;horizontalStack=0;resizeParent=1;resizeParentMax=0;resizeLast=0;collapsible=1;marginBottom=0;align=center;fontSize=11;strokeWidth=2;swimlaneFillColor=default;" parent="1" vertex="1">
          <mxGeometry x="551" y="329" width="333" height="81" as="geometry">
            <mxRectangle x="567" y="291" width="162" height="27" as="alternateBounds" />
          </mxGeometry>
        </mxCell>
        <mxCell id="TpBP_-PsqADAI_yrqdME-51" value="&lt;ul&gt;&lt;li&gt;&lt;span style=&quot;font-style: italic;&quot;&gt;Chunk-ID&lt;/span&gt;&lt;/li&gt;&lt;li&gt;&lt;span style=&quot;font-style: italic;&quot;&gt;Dokument-ID&lt;/span&gt;&lt;/li&gt;&lt;li&gt;&lt;span style=&quot;background-color: transparent; color: light-dark(rgb(0, 0, 0), rgb(255, 255, 255));&quot;&gt;Embedding&lt;/span&gt;&lt;/li&gt;&lt;li&gt;Text&amp;nbsp;&lt;/li&gt;&lt;/ul&gt;" style="text;strokeColor=none;fillColor=none;spacingLeft=4;spacingRight=4;overflow=hidden;rotatable=0;points=[[0,0.5],[1,0.5]];portConstraint=eastwest;fontSize=9;whiteSpace=wrap;html=1;strokeWidth=1;align=left;" parent="TpBP_-PsqADAI_yrqdME-50" vertex="1">
          <mxGeometry y="20" width="333" height="61" as="geometry" />
        </mxCell>
        <mxCell id="TpBP_-PsqADAI_yrqdME-54" value="" style="edgeStyle=orthogonalEdgeStyle;rounded=0;orthogonalLoop=1;jettySize=auto;html=1;labelBackgroundColor=none;strokeColor=#1609A8;fontColor=default;entryX=0;entryY=0.5;entryDx=0;entryDy=0;entryPerimeter=0;exitX=1;exitY=0.5;exitDx=0;exitDy=0;" parent="1" source="q2eki5oy2yksg2mBVm4o-20" target="TpBP_-PsqADAI_yrqdME-55" edge="1">
          <mxGeometry relative="1" as="geometry">
            <mxPoint x="729" y="521" as="sourcePoint" />
            <mxPoint x="761" y="509.25" as="targetPoint" />
          </mxGeometry>
        </mxCell>
        <mxCell id="TpBP_-PsqADAI_yrqdME-55" value="&lt;h3 data-start=&quot;1829&quot; data-end=&quot;1876&quot; style=&quot;color: rgb(0, 0, 0);&quot;&gt;&lt;ul&gt;&lt;li&gt;&lt;font size=&quot;1&quot;&gt;Ähnlichkeitssuche &lt;span style=&quot;font-weight: 400;&quot;&gt;(top-k)&lt;br&gt;+ benachbarte Chunks werden auch mit zurückgegeben.&lt;br&gt;(Mithilfe von der Chunk-ID.)&lt;/span&gt;&lt;/font&gt;&lt;/li&gt;&lt;/ul&gt;&lt;/h3&gt;" style="shape=note;strokeWidth=2;fontSize=9;size=11;whiteSpace=wrap;html=1;fillColor=default;strokeColor=#000000;fontColor=#666600;align=left;fontStyle=2" parent="1" vertex="1">
          <mxGeometry x="549" y="520" width="333" height="54" as="geometry" />
        </mxCell>
        <mxCell id="TpBP_-PsqADAI_yrqdME-63" value="&lt;h3 data-start=&quot;1829&quot; data-end=&quot;1876&quot; style=&quot;text-align: center;&quot;&gt;&lt;font style=&quot;font-size: 8px;&quot;&gt;Zusammenfassung der Komponenten:&amp;nbsp; &amp;nbsp; &amp;nbsp; &amp;nbsp; &amp;nbsp; &amp;nbsp; &amp;nbsp; &amp;nbsp; &amp;nbsp; &amp;nbsp; &amp;nbsp; &amp;nbsp; &amp;nbsp; &amp;nbsp; &amp;nbsp; &amp;nbsp;&lt;/font&gt;&lt;/h3&gt;&lt;div&gt;&lt;ol&gt;&lt;li&gt;Langchain &lt;font style=&quot;font-size: 7px;&quot;&gt;(zum Aufbau und Zusammenspiel der RAG-Pipeline)&lt;/font&gt;&amp;nbsp; &amp;nbsp;&lt;/li&gt;&lt;li&gt;Ollama&lt;/li&gt;&lt;li&gt;ChromaDB&lt;/li&gt;&lt;li&gt;Streamlit&lt;/li&gt;&lt;li&gt;Python 3.11&lt;/li&gt;&lt;/ol&gt;&lt;/div&gt;" style="ellipse;whiteSpace=wrap;html=1;fontSize=8;align=left;rounded=0;glass=0;shadow=0;labelBackgroundColor=#B0B0B0;labelBorderColor=none;fontStyle=2;strokeColor=none;fillColor=none;fontColor=#333333;gradientColor=none;" parent="1" vertex="1">
          <mxGeometry x="-35.75" y="601" width="252" height="95.75" as="geometry" />
        </mxCell>
        <mxCell id="TpBP_-PsqADAI_yrqdME-66" value="" style="edgeStyle=orthogonalEdgeStyle;rounded=0;orthogonalLoop=1;jettySize=auto;html=1;labelBackgroundColor=none;strokeColor=#1609A8;fontColor=default;entryX=0;entryY=0.5;entryDx=0;entryDy=0;entryPerimeter=0;exitX=1;exitY=0.5;exitDx=0;exitDy=0;" parent="1" source="5l1JbVXUR7cvx2ajmZ66-1" target="TpBP_-PsqADAI_yrqdME-67" edge="1">
          <mxGeometry relative="1" as="geometry">
            <mxPoint x="569.5" y="176.75" as="targetPoint" />
            <mxPoint x="539" y="168" as="sourcePoint" />
          </mxGeometry>
        </mxCell>
        <mxCell id="TpBP_-PsqADAI_yrqdME-67" value="&lt;span style=&quot;color: rgb(0, 0, 0);&quot;&gt;&lt;font style=&quot;font-size: 9px;&quot;&gt;&lt;b&gt;Kann verschiedene Quellformaten indexieren:&lt;/b&gt; pdf, html, docx, xlsx&amp;nbsp;&lt;/font&gt;&lt;/span&gt;" style="shape=note;strokeWidth=2;fontSize=10;size=12;whiteSpace=wrap;html=1;fillColor=default;strokeColor=light-dark(#000000, #6d5100);fontColor=#666600;align=left;fontStyle=2" parent="1" vertex="1">
          <mxGeometry x="553" y="145" width="329" height="27" as="geometry" />
        </mxCell>
        <mxCell id="ojAF9OAQHbiHy8uxPhVL-1" value="" style="edgeStyle=orthogonalEdgeStyle;rounded=0;orthogonalLoop=1;jettySize=auto;html=1;labelBackgroundColor=none;strokeColor=#1609A8;fontColor=default;entryX=0;entryY=0.5;entryDx=0;entryDy=0;entryPerimeter=0;exitX=1;exitY=0.5;exitDx=0;exitDy=0;" parent="1" source="q2eki5oy2yksg2mBVm4o-26" target="ojAF9OAQHbiHy8uxPhVL-2" edge="1">
          <mxGeometry relative="1" as="geometry">
            <mxPoint x="634" y="633.75" as="targetPoint" />
            <mxPoint x="603" y="625.25" as="sourcePoint" />
          </mxGeometry>
        </mxCell>
        <mxCell id="ojAF9OAQHbiHy8uxPhVL-2" value="&lt;span style=&quot;color: rgb(0, 0, 0);&quot;&gt;&lt;font style=&quot;font-size: 9px;&quot;&gt;Cloud-Modell:&amp;nbsp;gpt-oss:120b-cloud&lt;/font&gt;&lt;/span&gt;" style="shape=note;strokeWidth=2;fontSize=10;size=12;whiteSpace=wrap;html=1;fillColor=default;strokeColor=light-dark(#000000, #6d5100);fontColor=#666600;align=left;fontStyle=2" parent="1" vertex="1">
          <mxGeometry x="549" y="600.75" width="328" height="27" as="geometry" />
        </mxCell>
+         <mxCell id="WiMQg9sfAHIt1TN27WbX-1" value="&lt;pre style=&quot;font-family:&#39;JetBrains Mono&#39;,monospace;font-size:9,8pt;&quot;&gt;&lt;pre style=&quot;font-family:&#39;JetBrains Mono&#39;,monospace;font-size:9,8pt;&quot;&gt;&lt;b&gt;Online hosten&lt;/b&gt;&lt;br&gt;&lt;font style=&quot;font-size: 9px;&quot;&gt;(Fly.io `kostenlos`)&lt;/font&gt;&lt;/pre&gt;&lt;/pre&gt;" style="whiteSpace=wrap;html=1;fontSize=10;rounded=1;labelBackgroundColor=none;fillColor=#FAE5C7;strokeColor=#8D8D8D;fontColor=default;spacing=2;labelBorderColor=none;textShadow=0;fontStyle=0" vertex="1" parent="1">
+           <mxGeometry x="-226.5" y="181" width="184" height="34.5" as="geometry" />
+         </mxCell>
      </root>
    </mxGraphModel>
  </diagram>
</mxfile>
